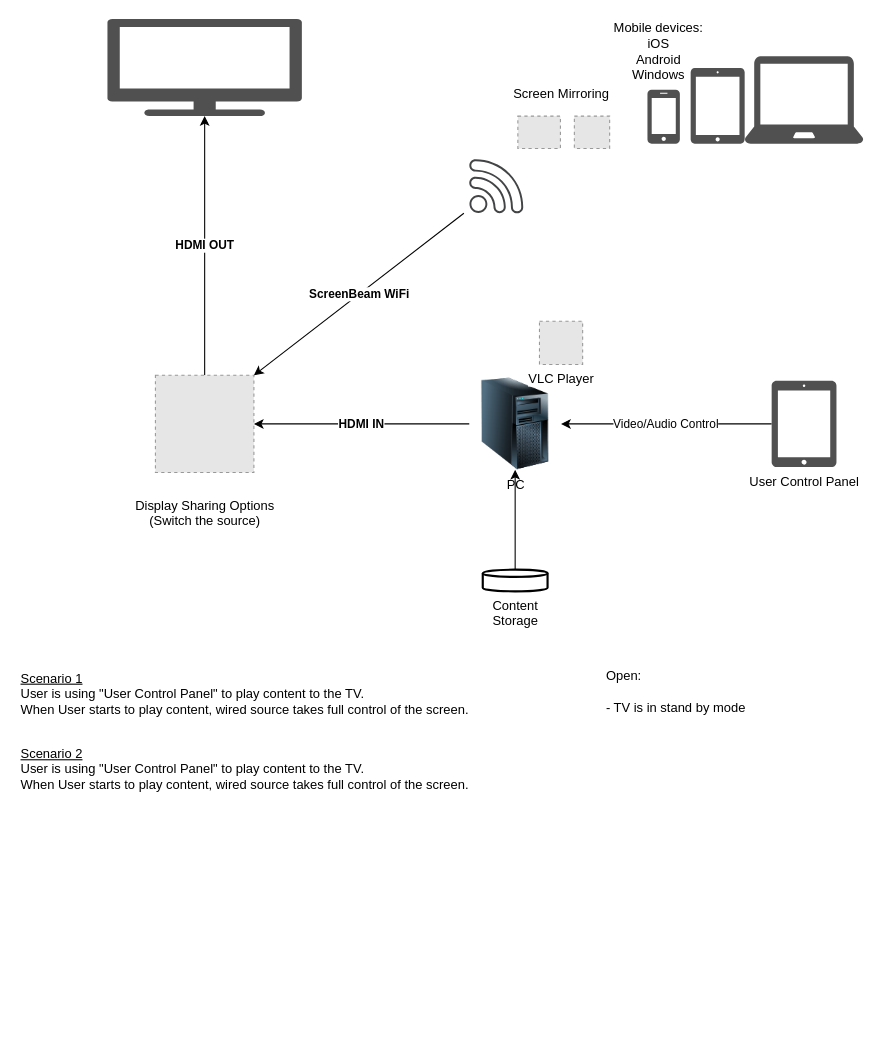
Earlier version of the draw.io diagram Airpod_Video_Schema.drawio (matevz-dev/Airpod). Source tidied: cells renumbered, new cells numbered last; positions are measured from the earlier drawing's top-left corner, leaving out a move shared by most shapes. Both pictures are drawn from the tidied source at 108%, with x=0, y=0 at pixel (18, 18). Pictures stored in the file or linked from it are replaced by grey dashed boxes.
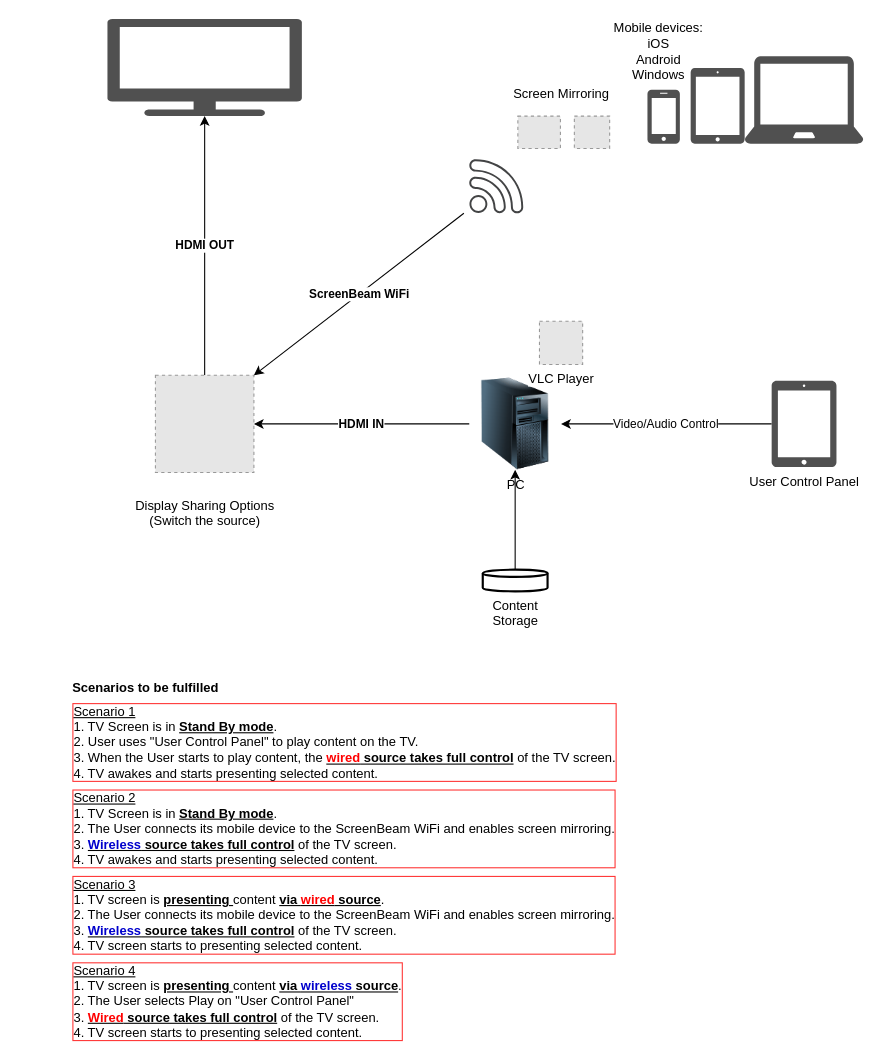
Above is the later version.

Diff of the diagram source:
```diff
@@
-    <mxCell id="24" value="&lt;div&gt;&lt;u&gt;Scenario 1&lt;/u&gt;&lt;/div&gt;&lt;div&gt;User is using &quot;User Control Panel&quot; to play content to the TV.&lt;/div&gt;&lt;div&gt;When User starts to play content, wired source takes full control of the screen.&lt;br&gt;&lt;/div&gt;" style="text;html=1;align=left;verticalAlign=middle;" parent="1" vertex="1">
-      <mxGeometry x="-0.5" y="600" width="430" height="50" as="geometry" />
+    <mxCell id="24" value="&lt;div style=&quot;font-size: 12px&quot;&gt;&lt;u style=&quot;font-size: 12px&quot;&gt;Scenario 1&lt;/u&gt;&lt;/div&gt;&lt;div style=&quot;font-size: 12px&quot;&gt;&lt;span style=&quot;font-size: 12px&quot;&gt;1. TV Screen is in &lt;u&gt;&lt;b&gt;Stand By mode&lt;/b&gt;&lt;/u&gt;.&lt;/span&gt;&lt;u style=&quot;font-size: 12px&quot;&gt;&lt;br&gt;&lt;/u&gt;&lt;/div&gt;&lt;div style=&quot;font-size: 12px&quot;&gt;2. User uses &quot;User Control Panel&quot; to play content on the TV.&lt;/div&gt;&lt;div style=&quot;font-size: 12px&quot;&gt;3. When the User starts to play content, the &lt;u&gt;&lt;b&gt;&lt;font color=&quot;#FF0000&quot;&gt;wired&lt;/font&gt; source takes full control&lt;/b&gt;&lt;/u&gt; of the TV screen. &lt;br&gt;&lt;/div&gt;&lt;div style=&quot;font-size: 12px&quot;&gt;4. TV awakes and starts presenting selected content.&lt;br style=&quot;font-size: 12px&quot;&gt;&lt;/div&gt;" style="text;html=1;align=left;verticalAlign=middle;labelBorderColor=#FF3333;fontSize=12;" parent="1" vertex="1">
+      <mxGeometry x="47.6" y="630" width="520" height="80" as="geometry" />
     </mxCell>
-    <mxCell id="25" value="&lt;div&gt;&lt;u&gt;Scenario 2&lt;br&gt;&lt;/u&gt;&lt;/div&gt;&lt;div&gt;User is using &quot;User Control Panel&quot; to play content to the TV.&lt;/div&gt;&lt;div&gt;When User starts to play content, wired source takes full control of the screen.&lt;br&gt;&lt;/div&gt;" style="text;html=1;align=left;verticalAlign=middle;" parent="1" vertex="1">
-      <mxGeometry x="-0.5" y="670" width="430" height="50" as="geometry" />
+    <mxCell id="25" value="&lt;div style=&quot;font-size: 12px&quot;&gt;&lt;u style=&quot;font-size: 12px&quot;&gt;Scenario 3&lt;br style=&quot;font-size: 12px&quot;&gt;&lt;/u&gt;&lt;/div&gt;&lt;div style=&quot;font-size: 12px&quot;&gt;1. TV screen is &lt;u&gt;&lt;b&gt;presenting &lt;/b&gt;&lt;/u&gt;content &lt;u&gt;&lt;b&gt;via &lt;font color=&quot;#FF0000&quot;&gt;wired&lt;/font&gt; source&lt;/b&gt;&lt;/u&gt;.&lt;/div&gt;&lt;div style=&quot;font-size: 12px&quot;&gt;2. The User connects its mobile device to the ScreenBeam WiFi and enables screen mirroring.&lt;/div&gt;&lt;div style=&quot;font-size: 12px&quot;&gt;3. &lt;u&gt;&lt;b&gt;&lt;font color=&quot;#0000CC&quot;&gt;Wireless&lt;/font&gt; source takes full control&lt;/b&gt;&lt;/u&gt; of the TV screen.&lt;/div&gt;&lt;div style=&quot;font-size: 12px&quot;&gt;4. TV screen starts to presenting selected content.&lt;br&gt;&lt;/div&gt;" style="text;html=1;align=left;verticalAlign=middle;labelBackgroundColor=none;labelBorderColor=#FF3333;fontSize=12;" parent="1" vertex="1">
+      <mxGeometry x="47.6" y="790" width="520" height="80" as="geometry" />
     </mxCell>
-    <mxCell id="26" value="&lt;div&gt;Open:&lt;/div&gt;&lt;div&gt;&lt;br&gt;&lt;/div&gt;&lt;div&gt;- TV is in stand by mode&lt;/div&gt;&lt;div&gt;&lt;br&gt;&lt;/div&gt;" style="text;html=1;align=left;verticalAlign=middle;" parent="1" vertex="1">
-      <mxGeometry x="542" y="600" width="140" height="60" as="geometry" />
-    </mxCell>
+    <mxCell id="27" value="&lt;div style=&quot;font-size: 12px&quot;&gt;&lt;u style=&quot;font-size: 12px&quot;&gt;Scenario 4&lt;br style=&quot;font-size: 12px&quot;&gt;&lt;/u&gt;&lt;/div&gt;&lt;div style=&quot;font-size: 12px&quot;&gt;1. TV screen is &lt;u&gt;&lt;b&gt;presenting &lt;/b&gt;&lt;/u&gt;content &lt;u&gt;&lt;b&gt;via &lt;font color=&quot;#0000CC&quot;&gt;wireless&lt;/font&gt; source&lt;/b&gt;&lt;/u&gt;. &lt;br&gt;&lt;/div&gt;&lt;div style=&quot;font-size: 12px&quot;&gt;2. The User selects Play on &quot;User Control Panel&quot;&lt;br&gt;&lt;/div&gt;&lt;div style=&quot;font-size: 12px&quot;&gt;3. &lt;u&gt;&lt;b&gt;&lt;font color=&quot;#FF0000&quot;&gt;Wired&lt;/font&gt; source takes full control&lt;/b&gt;&lt;/u&gt; of the TV screen.&lt;/div&gt;&lt;div style=&quot;font-size: 12px&quot;&gt;4. TV screen starts to presenting selected content.&lt;br&gt;&lt;/div&gt;" style="text;html=1;align=left;verticalAlign=middle;labelBackgroundColor=none;labelBorderColor=#FF3333;fontSize=12;" parent="1" vertex="1">
+      <mxGeometry x="47.6" y="870" width="320" height="80" as="geometry" />
+    </mxCell>
+    <mxCell id="28" value="Scenarios to be fulfilled " style="text;html=1;align=center;verticalAlign=middle;fontSize=12;fontStyle=1;" parent="1" vertex="1">
+      <mxGeometry x="42" y="610" width="150" height="20" as="geometry" />
+    </mxCell>
+    <mxCell id="29" value="&lt;div style=&quot;font-size: 12px&quot;&gt;&lt;u style=&quot;font-size: 12px&quot;&gt;Scenario 2&lt;br&gt;&lt;/u&gt;&lt;/div&gt;&lt;div style=&quot;font-size: 12px&quot;&gt;&lt;span style=&quot;font-size: 12px&quot;&gt;1. TV Screen is in &lt;u&gt;&lt;b&gt;Stand By mode&lt;/b&gt;&lt;/u&gt;.&lt;/span&gt;&lt;br&gt;&lt;span style=&quot;font-size: 12px&quot;&gt;2. The User connects its mobile device to the ScreenBeam WiFi and enables screen mirroring.&lt;/span&gt;&lt;div style=&quot;font-size: 12px&quot;&gt;3. &lt;u&gt;&lt;b&gt;&lt;font color=&quot;#0000CC&quot;&gt;Wireless&lt;/font&gt; source takes full control&lt;/b&gt;&lt;/u&gt; of the TV screen.&lt;/div&gt;&lt;/div&gt;&lt;div style=&quot;font-size: 12px&quot;&gt;4. TV awakes and starts presenting selected content.&lt;br style=&quot;font-size: 12px&quot;&gt;&lt;/div&gt;" style="text;html=1;align=left;verticalAlign=middle;labelBorderColor=#FF3333;fontSize=12;" parent="1" vertex="1">
+      <mxGeometry x="47.6" y="710" width="520" height="80" as="geometry" />
+    </mxCell>
```
